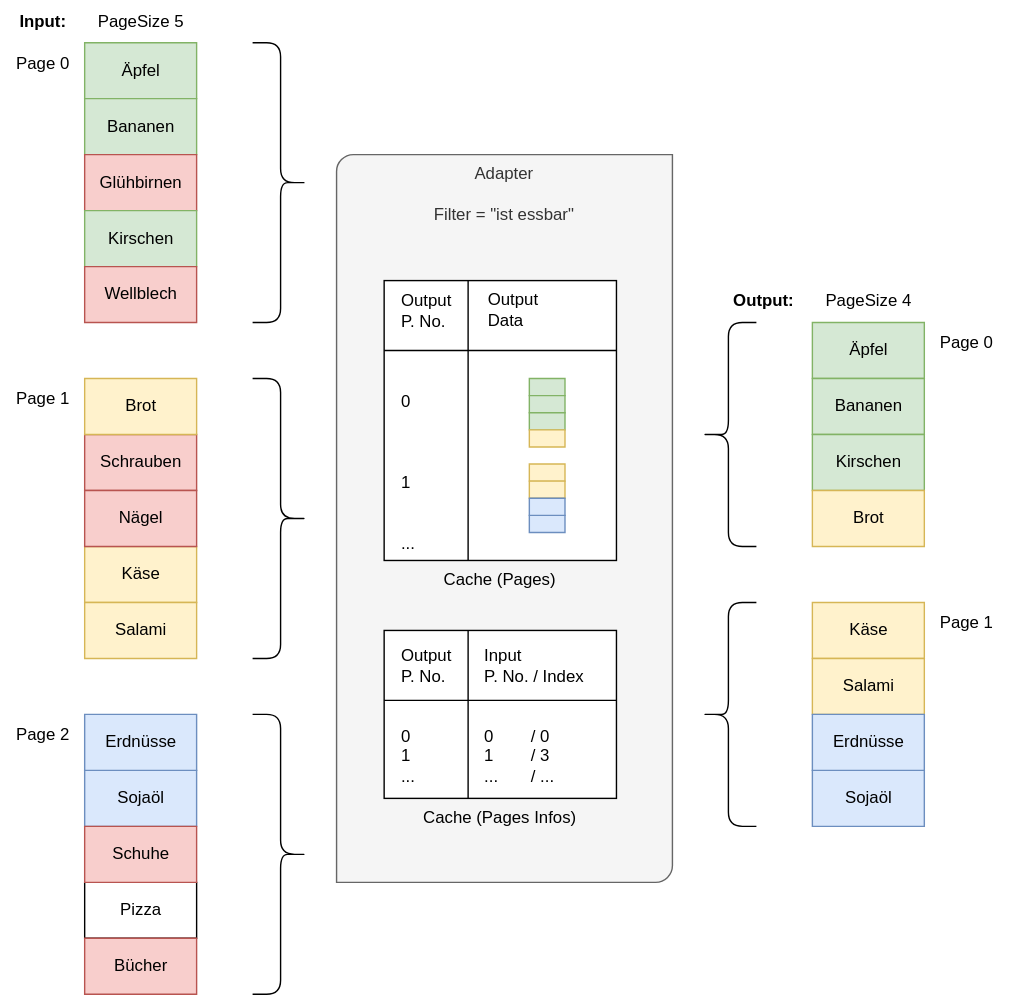
Above: src/docs/asciidoc/images/PagingWithFilterAndCache.svg in cwahlmann/searchadapter (draw.io), before the change. Source tidied: cells renumbered, new cells last; positions are measured from the earlier drawing's top-left corner, leaving out a move shared by most shapes.
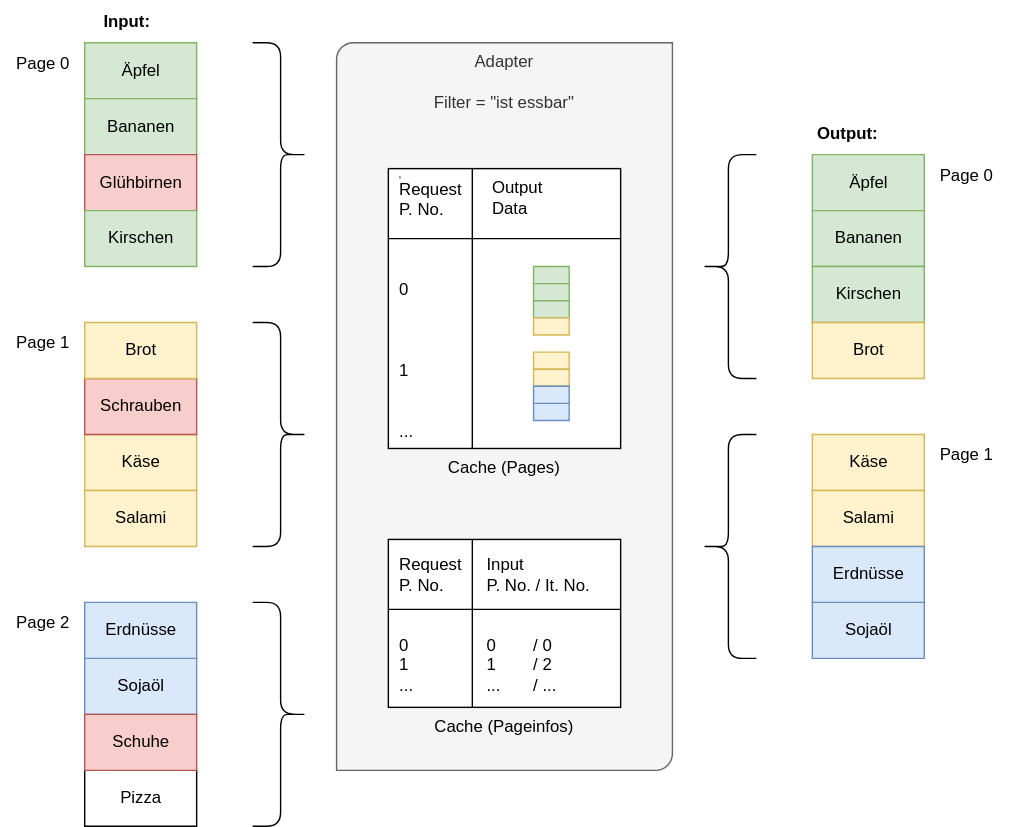
After the commit.

Diff of the diagram source:
```diff
@@ -16,31 +16,25 @@
     </mxCell>
-    <mxCell id="6" value="Wellblech" style="verticalLabelPosition=middle;verticalAlign=middle;html=1;shape=mxgraph.basic.rect;fillColor2=none;strokeWidth=1;size=20;indent=5;labelPosition=center;align=center;fillColor=#f8cecc;strokeColor=#b85450;" parent="1" vertex="1">
-      <mxGeometry x="60" y="190" width="80" height="40" as="geometry" />
-    </mxCell>
     <mxCell id="7" value="Käse" style="verticalLabelPosition=middle;verticalAlign=middle;html=1;shape=mxgraph.basic.rect;fillColor2=none;strokeWidth=1;size=20;indent=5;labelPosition=center;align=center;fillColor=#fff2cc;strokeColor=#d6b656;" parent="1" vertex="1">
-      <mxGeometry x="60" y="390" width="80" height="40" as="geometry" />
+      <mxGeometry x="60" y="310" width="80" height="40" as="geometry" />
     </mxCell>
     <mxCell id="8" value="Äpfel" style="verticalLabelPosition=middle;verticalAlign=middle;html=1;shape=mxgraph.basic.rect;fillColor2=none;strokeWidth=1;size=20;indent=5;labelPosition=center;align=center;fillColor=#d5e8d4;strokeColor=#82b366;" parent="1" vertex="1">
-      <mxGeometry x="580" y="230" width="80" height="40" as="geometry" />
+      <mxGeometry x="580" y="110" width="80" height="40" as="geometry" />
     </mxCell>
     <mxCell id="9" value="Bananen" style="verticalLabelPosition=middle;verticalAlign=middle;html=1;shape=mxgraph.basic.rect;fillColor2=none;strokeWidth=1;size=20;indent=5;labelPosition=center;align=center;fillColor=#d5e8d4;strokeColor=#82b366;" parent="1" vertex="1">
-      <mxGeometry x="580" y="270" width="80" height="40" as="geometry" />
+      <mxGeometry x="580" y="150" width="80" height="40" as="geometry" />
     </mxCell>
     <mxCell id="10" value="Kirschen" style="verticalLabelPosition=middle;verticalAlign=middle;html=1;shape=mxgraph.basic.rect;fillColor2=none;strokeWidth=1;size=20;indent=5;labelPosition=center;align=center;fillColor=#d5e8d4;strokeColor=#82b366;" parent="1" vertex="1">
-      <mxGeometry x="580" y="310" width="80" height="40" as="geometry" />
+      <mxGeometry x="580" y="190" width="80" height="40" as="geometry" />
     </mxCell>
     <mxCell id="11" value="Brot" style="verticalLabelPosition=middle;verticalAlign=middle;html=1;shape=mxgraph.basic.rect;fillColor2=none;strokeWidth=1;size=20;indent=5;labelPosition=center;align=center;fillColor=#fff2cc;strokeColor=#d6b656;" parent="1" vertex="1">
-      <mxGeometry x="580" y="350" width="80" height="40" as="geometry" />
+      <mxGeometry x="580" y="230" width="80" height="40" as="geometry" />
     </mxCell>
     <mxCell id="12" value="Schrauben" style="verticalLabelPosition=middle;verticalAlign=middle;html=1;shape=mxgraph.basic.rect;fillColor2=none;strokeWidth=1;size=20;indent=5;labelPosition=center;align=center;fillColor=#f8cecc;strokeColor=#b85450;" parent="1" vertex="1">
-      <mxGeometry x="60" y="310" width="80" height="40" as="geometry" />
+      <mxGeometry x="60" y="270" width="80" height="40" as="geometry" />
     </mxCell>
-    <mxCell id="13" value="Nägel&lt;br&gt;" style="verticalLabelPosition=middle;verticalAlign=middle;html=1;shape=mxgraph.basic.rect;fillColor2=none;strokeWidth=1;size=20;indent=5;labelPosition=center;align=center;fillColor=#f8cecc;strokeColor=#b85450;" parent="1" vertex="1">
-      <mxGeometry x="60" y="350" width="80" height="40" as="geometry" />
-    </mxCell>
     <mxCell id="14" value="Brot" style="verticalLabelPosition=middle;verticalAlign=middle;html=1;shape=mxgraph.basic.rect;fillColor2=none;strokeWidth=1;size=20;indent=5;labelPosition=center;align=center;fillColor=#fff2cc;strokeColor=#d6b656;" parent="1" vertex="1">
-      <mxGeometry x="60" y="270" width="80" height="40" as="geometry" />
+      <mxGeometry x="60" y="230" width="80" height="40" as="geometry" />
     </mxCell>
     <mxCell id="15" value="Salami" style="verticalLabelPosition=middle;verticalAlign=middle;html=1;shape=mxgraph.basic.rect;fillColor2=none;strokeWidth=1;size=20;indent=5;labelPosition=center;align=center;fillColor=#fff2cc;strokeColor=#d6b656;" parent="1" vertex="1">
-      <mxGeometry x="60" y="430" width="80" height="40" as="geometry" />
+      <mxGeometry x="60" y="350" width="80" height="40" as="geometry" />
     </mxCell>
@@ -50,81 +44,72 @@
     <mxCell id="17" value="Page 1" style="text;html=1;align=center;verticalAlign=middle;strokeColor=none;fillColor=none;" parent="1" vertex="1">
-      <mxGeometry y="270" width="60" height="30" as="geometry" />
+      <mxGeometry y="230" width="60" height="30" as="geometry" />
     </mxCell>
     <mxCell id="18" value="Page 0" style="text;html=1;align=center;verticalAlign=middle;strokeColor=none;fillColor=none;" parent="1" vertex="1">
-      <mxGeometry x="660" y="230" width="60" height="30" as="geometry" />
+      <mxGeometry x="660" y="110" width="60" height="30" as="geometry" />
     </mxCell>
     <mxCell id="19" value="Adapter&lt;br&gt;&lt;br&gt;Filter = &quot;ist essbar&quot;" style="verticalLabelPosition=middle;verticalAlign=top;html=1;shape=mxgraph.basic.diag_round_rect;dx=6;whiteSpace=wrap;labelPosition=center;align=center;fillColor=#f5f5f5;fontColor=#333333;strokeColor=#666666;" parent="1" vertex="1">
-      <mxGeometry x="240" y="110" width="240" height="520" as="geometry" />
+      <mxGeometry x="240" y="30" width="240" height="520" as="geometry" />
     </mxCell>
     <mxCell id="20" style="shape=curlyBracket;whiteSpace=wrap;html=1;rounded=1;flipH=1;labelPosition=right;verticalLabelPosition=middle;align=left;verticalAlign=middle;" parent="1" vertex="1">
-      <mxGeometry x="180" y="30" width="40" height="200" as="geometry" />
+      <mxGeometry x="180" y="30" width="40" height="160" as="geometry" />
     </mxCell>
     <mxCell id="21" style="shape=curlyBracket;whiteSpace=wrap;html=1;rounded=1;flipH=1;labelPosition=right;verticalLabelPosition=middle;align=left;verticalAlign=middle;" parent="1" vertex="1">
-      <mxGeometry x="180" y="270" width="40" height="200" as="geometry" />
+      <mxGeometry x="180" y="230" width="40" height="160" as="geometry" />
     </mxCell>
     <mxCell id="22" style="shape=curlyBracket;whiteSpace=wrap;html=1;rounded=1;flipH=1;labelPosition=right;verticalLabelPosition=middle;align=left;verticalAlign=middle;rotation=-180;" parent="1" vertex="1">
-      <mxGeometry x="500" y="230" width="40" height="160" as="geometry" />
+      <mxGeometry x="500" y="110" width="40" height="160" as="geometry" />
     </mxCell>
-    <mxCell id="23" value="PageSize 5" style="text;html=1;align=center;verticalAlign=middle;strokeColor=none;fillColor=none;" parent="1" vertex="1">
-      <mxGeometry x="60" width="80" height="30" as="geometry" />
-    </mxCell>
-    <mxCell id="24" value="PageSize 4" style="text;html=1;align=center;verticalAlign=middle;strokeColor=none;fillColor=none;" parent="1" vertex="1">
-      <mxGeometry x="580" y="200" width="80" height="30" as="geometry" />
-    </mxCell>
     <mxCell id="25" value="Pizza" style="verticalLabelPosition=middle;verticalAlign=middle;html=1;shape=mxgraph.basic.rect;fillColor2=none;strokeWidth=1;size=20;indent=5;labelPosition=center;align=center;" parent="1" vertex="1">
-      <mxGeometry x="60" y="630" width="80" height="40" as="geometry" />
+      <mxGeometry x="60" y="550" width="80" height="40" as="geometry" />
     </mxCell>
     <mxCell id="26" value="Sojaöl" style="verticalLabelPosition=middle;verticalAlign=middle;html=1;shape=mxgraph.basic.rect;fillColor2=none;strokeWidth=1;size=20;indent=5;labelPosition=center;align=center;fillColor=#dae8fc;strokeColor=#6c8ebf;" parent="1" vertex="1">
-      <mxGeometry x="60" y="550" width="80" height="40" as="geometry" />
+      <mxGeometry x="60" y="470" width="80" height="40" as="geometry" />
     </mxCell>
     <mxCell id="27" value="Schuhe" style="verticalLabelPosition=middle;verticalAlign=middle;html=1;shape=mxgraph.basic.rect;fillColor2=none;strokeWidth=1;size=20;indent=5;labelPosition=center;align=center;fillColor=#f8cecc;strokeColor=#b85450;" parent="1" vertex="1">
-      <mxGeometry x="60" y="590" width="80" height="40" as="geometry" />
+      <mxGeometry x="60" y="510" width="80" height="40" as="geometry" />
     </mxCell>
     <mxCell id="28" value="Erdnüsse" style="verticalLabelPosition=middle;verticalAlign=middle;html=1;shape=mxgraph.basic.rect;fillColor2=none;strokeWidth=1;size=20;indent=5;labelPosition=center;align=center;fillColor=#dae8fc;strokeColor=#6c8ebf;" parent="1" vertex="1">
-      <mxGeometry x="60" y="510" width="80" height="40" as="geometry" />
+      <mxGeometry x="60" y="430" width="80" height="40" as="geometry" />
     </mxCell>
-    <mxCell id="29" value="Bücher" style="verticalLabelPosition=middle;verticalAlign=middle;html=1;shape=mxgraph.basic.rect;fillColor2=none;strokeWidth=1;size=20;indent=5;labelPosition=center;align=center;fillColor=#f8cecc;strokeColor=#b85450;" parent="1" vertex="1">
-      <mxGeometry x="60" y="670" width="80" height="40" as="geometry" />
-    </mxCell>
     <mxCell id="30" value="Page 2" style="text;html=1;align=center;verticalAlign=middle;strokeColor=none;fillColor=none;" parent="1" vertex="1">
-      <mxGeometry y="510" width="60" height="30" as="geometry" />
+      <mxGeometry y="430" width="60" height="30" as="geometry" />
     </mxCell>
     <mxCell id="31" value="Page 1" style="text;html=1;align=center;verticalAlign=middle;strokeColor=none;fillColor=none;" parent="1" vertex="1">
-      <mxGeometry x="660" y="430" width="60" height="30" as="geometry" />
+      <mxGeometry x="660" y="310" width="60" height="30" as="geometry" />
     </mxCell>
     <mxCell id="32" style="shape=curlyBracket;whiteSpace=wrap;html=1;rounded=1;flipH=1;labelPosition=right;verticalLabelPosition=middle;align=left;verticalAlign=middle;rotation=-180;" parent="1" vertex="1">
-      <mxGeometry x="500" y="430" width="40" height="160" as="geometry" />
+      <mxGeometry x="500" y="310" width="40" height="160" as="geometry" />
     </mxCell>
     <mxCell id="33" value="Käse" style="verticalLabelPosition=middle;verticalAlign=middle;html=1;shape=mxgraph.basic.rect;fillColor2=none;strokeWidth=1;size=20;indent=5;labelPosition=center;align=center;fillColor=#fff2cc;strokeColor=#d6b656;" parent="1" vertex="1">
-      <mxGeometry x="580" y="430" width="80" height="40" as="geometry" />
+      <mxGeometry x="580" y="310" width="80" height="40" as="geometry" />
     </mxCell>
     <mxCell id="34" value="Salami" style="verticalLabelPosition=middle;verticalAlign=middle;html=1;shape=mxgraph.basic.rect;fillColor2=none;strokeWidth=1;size=20;indent=5;labelPosition=center;align=center;fillColor=#fff2cc;strokeColor=#d6b656;" parent="1" vertex="1">
-      <mxGeometry x="580" y="470" width="80" height="40" as="geometry" />
+      <mxGeometry x="580" y="350" width="80" height="40" as="geometry" />
     </mxCell>
     <mxCell id="35" value="Sojaöl" style="verticalLabelPosition=middle;verticalAlign=middle;html=1;shape=mxgraph.basic.rect;fillColor2=none;strokeWidth=1;size=20;indent=5;labelPosition=center;align=center;fillColor=#dae8fc;strokeColor=#6c8ebf;" parent="1" vertex="1">
-      <mxGeometry x="580" y="550" width="80" height="40" as="geometry" />
+      <mxGeometry x="580" y="430" width="80" height="40" as="geometry" />
     </mxCell>
     <mxCell id="36" value="Erdnüsse" style="verticalLabelPosition=middle;verticalAlign=middle;html=1;shape=mxgraph.basic.rect;fillColor2=none;strokeWidth=1;size=20;indent=5;labelPosition=center;align=center;fillColor=#dae8fc;strokeColor=#6c8ebf;" parent="1" vertex="1">
-      <mxGeometry x="580" y="510" width="80" height="40" as="geometry" />
+      <mxGeometry x="580" y="390" width="80" height="40" as="geometry" />
     </mxCell>
     <mxCell id="37" value="&lt;b&gt;Output:&lt;/b&gt;" style="text;html=1;align=center;verticalAlign=middle;strokeColor=none;fillColor=none;" parent="1" vertex="1">
-      <mxGeometry x="510" y="200" width="70" height="30" as="geometry" />
+      <mxGeometry x="570" y="80" width="70" height="30" as="geometry" />
     </mxCell>
     <mxCell id="38" value="&lt;b&gt;Input:&lt;/b&gt;" style="text;html=1;align=center;verticalAlign=middle;strokeColor=none;fillColor=none;" parent="1" vertex="1">
-      <mxGeometry width="60" height="30" as="geometry" />
+      <mxGeometry x="60" width="60" height="30" as="geometry" />
     </mxCell>
     <mxCell id="39" style="group;" parent="1" vertex="1">
-      <mxGeometry x="274" y="450" width="166" height="120" as="geometry" />
+      <mxGeometry x="277" y="385" width="166" height="120" as="geometry" />
     </mxCell>
-    <mxCell id="40" value="Cache (Pages Infos)" style="shape=internalStorage;whiteSpace=wrap;html=1;backgroundOutline=1;labelPosition=center;verticalLabelPosition=bottom;align=center;verticalAlign=top;dx=60;dy=50;" parent="39" vertex="1">
+    <mxCell id="40" value="Cache (Pageinfos)" style="shape=internalStorage;whiteSpace=wrap;html=1;backgroundOutline=1;labelPosition=center;verticalLabelPosition=bottom;align=center;verticalAlign=top;dx=60;dy=50;" parent="39" vertex="1">
       <mxGeometry width="166" height="120" as="geometry" />
     </mxCell>
-    <mxCell id="41" value="&lt;div style=&quot;text-align: left;&quot;&gt;&lt;br&gt;&lt;/div&gt;&lt;font style=&quot;font-size: 12px;&quot;&gt;&lt;div style=&quot;text-align: left;&quot;&gt;Output&lt;/div&gt;&lt;div style=&quot;text-align: left;&quot;&gt;P. No.&lt;/div&gt;&lt;div style=&quot;text-align: left;&quot;&gt;&lt;br&gt;&lt;/div&gt;&lt;div style=&quot;text-align: left;&quot;&gt;&lt;span style=&quot;background-color: initial;&quot;&gt;&lt;br&gt;&lt;/span&gt;&lt;/div&gt;&lt;div style=&quot;text-align: left;&quot;&gt;&lt;span style=&quot;background-color: initial;&quot;&gt;0&lt;/span&gt;&lt;/div&gt;&lt;div style=&quot;text-align: left;&quot;&gt;&lt;span style=&quot;background-color: initial;&quot;&gt;1&lt;/span&gt;&lt;/div&gt;&lt;div style=&quot;text-align: left;&quot;&gt;&lt;span style=&quot;background-color: initial;&quot;&gt;...&lt;/span&gt;&lt;br&gt;&lt;/div&gt;&lt;/font&gt;" style="text;html=1;align=center;verticalAlign=middle;strokeColor=none;fillColor=none;fontSize=2;" parent="39" vertex="1">
-      <mxGeometry width="60" height="120" as="geometry" />
+    <mxCell id="41" value="&lt;div style=&quot;text-align: left;&quot;&gt;&lt;br&gt;&lt;/div&gt;&lt;font style=&quot;font-size: 12px;&quot;&gt;&lt;div style=&quot;text-align: left;&quot;&gt;Request&lt;/div&gt;&lt;div style=&quot;text-align: left;&quot;&gt;P. No.&lt;/div&gt;&lt;div style=&quot;text-align: left;&quot;&gt;&lt;br&gt;&lt;/div&gt;&lt;div style=&quot;text-align: left;&quot;&gt;&lt;span style=&quot;background-color: initial;&quot;&gt;&lt;br&gt;&lt;/span&gt;&lt;/div&gt;&lt;div style=&quot;text-align: left;&quot;&gt;&lt;span style=&quot;background-color: initial;&quot;&gt;0&lt;/span&gt;&lt;/div&gt;&lt;div style=&quot;text-align: left;&quot;&gt;&lt;span style=&quot;background-color: initial;&quot;&gt;1&lt;/span&gt;&lt;/div&gt;&lt;div style=&quot;text-align: left;&quot;&gt;&lt;span style=&quot;background-color: initial;&quot;&gt;...&lt;/span&gt;&lt;br&gt;&lt;/div&gt;&lt;/font&gt;" style="text;html=1;align=center;verticalAlign=middle;strokeColor=none;fillColor=none;fontSize=2;" parent="39" vertex="1">
+      <mxGeometry x="-5" width="70" height="120" as="geometry" />
     </mxCell>
-    <mxCell id="42" value="&lt;div style=&quot;text-align: left;&quot;&gt;&lt;br&gt;&lt;/div&gt;&lt;font style=&quot;font-size: 12px;&quot;&gt;&lt;div style=&quot;text-align: left;&quot;&gt;Input&lt;br&gt;P. No. / Index&lt;/div&gt;&lt;div style=&quot;text-align: left;&quot;&gt;&lt;br&gt;&lt;/div&gt;&lt;div style=&quot;text-align: left;&quot;&gt;&lt;br&gt;&lt;/div&gt;&lt;div style=&quot;text-align: left;&quot;&gt;&lt;span style=&quot;background-color: initial;&quot;&gt;0&amp;nbsp; &amp;nbsp; &amp;nbsp; &amp;nbsp; / 0&lt;/span&gt;&lt;/div&gt;&lt;div style=&quot;text-align: left;&quot;&gt;&lt;span style=&quot;background-color: initial;&quot;&gt;1&amp;nbsp; &amp;nbsp; &amp;nbsp; &amp;nbsp; / 3&lt;/span&gt;&lt;/div&gt;&lt;div style=&quot;text-align: left;&quot;&gt;&lt;span style=&quot;background-color: initial;&quot;&gt;...&amp;nbsp; &amp;nbsp; &amp;nbsp; &amp;nbsp;/ ...&amp;nbsp; &amp;nbsp;&lt;/span&gt;&lt;br&gt;&lt;/div&gt;&lt;/font&gt;" style="text;html=1;align=center;verticalAlign=middle;strokeColor=none;fillColor=none;fontSize=2;" parent="39" vertex="1">
-      <mxGeometry x="62.3" width="90" height="120" as="geometry" />
+    <mxCell id="42" value="&lt;div style=&quot;text-align: left;&quot;&gt;&lt;br&gt;&lt;/div&gt;&lt;font style=&quot;font-size: 12px;&quot;&gt;&lt;div style=&quot;text-align: left;&quot;&gt;Input&lt;br&gt;P. No. / It. No.&lt;/div&gt;&lt;div style=&quot;text-align: left;&quot;&gt;&lt;br&gt;&lt;/div&gt;&lt;div style=&quot;text-align: left;&quot;&gt;&lt;br&gt;&lt;/div&gt;&lt;div style=&quot;text-align: left;&quot;&gt;&lt;span style=&quot;background-color: initial;&quot;&gt;0&amp;nbsp; &amp;nbsp; &amp;nbsp; &amp;nbsp; / 0&lt;/span&gt;&lt;/div&gt;&lt;div style=&quot;text-align: left;&quot;&gt;&lt;span style=&quot;background-color: initial;&quot;&gt;1&amp;nbsp; &amp;nbsp; &amp;nbsp; &amp;nbsp; / 2&lt;/span&gt;&lt;/div&gt;&lt;div style=&quot;text-align: left;&quot;&gt;&lt;span style=&quot;background-color: initial;&quot;&gt;...&amp;nbsp; &amp;nbsp; &amp;nbsp; &amp;nbsp;/ ...&amp;nbsp; &amp;nbsp;&lt;/span&gt;&lt;br&gt;&lt;/div&gt;&lt;/font&gt;" style="text;html=1;align=center;verticalAlign=middle;strokeColor=none;fillColor=none;fontSize=2;" parent="39" vertex="1">
+      <mxGeometry x="57.3" width="100" height="120" as="geometry" />
     </mxCell>
     <mxCell id="43" style="group;" parent="1" vertex="1">
-      <mxGeometry x="274" y="200" width="166" height="200" as="geometry" />
+      <mxGeometry x="277" y="120" width="166" height="200" as="geometry" />
     </mxCell>
@@ -160,4 +145,4 @@
     </mxCell>
-    <mxCell id="54" value="&lt;div style=&quot;text-align: left;&quot;&gt;&lt;br&gt;&lt;/div&gt;&lt;font style=&quot;font-size: 12px;&quot;&gt;&lt;div style=&quot;text-align: left;&quot;&gt;Output&lt;/div&gt;&lt;div style=&quot;text-align: left;&quot;&gt;P. No.&lt;/div&gt;&lt;div style=&quot;text-align: left;&quot;&gt;&lt;br&gt;&lt;/div&gt;&lt;div style=&quot;text-align: left;&quot;&gt;&lt;span style=&quot;background-color: initial;&quot;&gt;&lt;br&gt;&lt;/span&gt;&lt;/div&gt;&lt;div style=&quot;text-align: left;&quot;&gt;&lt;br&gt;&lt;/div&gt;&lt;div style=&quot;text-align: left;&quot;&gt;&lt;span style=&quot;background-color: initial;&quot;&gt;0&lt;/span&gt;&lt;/div&gt;&lt;div style=&quot;text-align: left;&quot;&gt;&lt;span style=&quot;background-color: initial;&quot;&gt;&lt;br&gt;&lt;/span&gt;&lt;/div&gt;&lt;div style=&quot;text-align: left;&quot;&gt;&lt;span style=&quot;background-color: initial;&quot;&gt;&lt;br&gt;&lt;/span&gt;&lt;/div&gt;&lt;div style=&quot;text-align: left;&quot;&gt;&lt;span style=&quot;background-color: initial;&quot;&gt;&lt;br&gt;&lt;/span&gt;&lt;/div&gt;&lt;div style=&quot;text-align: left;&quot;&gt;&lt;span style=&quot;background-color: initial;&quot;&gt;1&lt;/span&gt;&lt;/div&gt;&lt;div style=&quot;text-align: left;&quot;&gt;&lt;br&gt;&lt;/div&gt;&lt;div style=&quot;text-align: left;&quot;&gt;&lt;br&gt;&lt;/div&gt;&lt;div style=&quot;text-align: left;&quot;&gt;...&lt;/div&gt;&lt;/font&gt;" style="text;html=1;align=center;verticalAlign=middle;strokeColor=none;fillColor=none;fontSize=2;" parent="43" vertex="1">
-      <mxGeometry width="60" height="200" as="geometry" />
+    <mxCell id="54" value="&lt;div style=&quot;text-align: left;&quot;&gt;R&lt;/div&gt;&lt;div style=&quot;text-align: left; font-size: 12px;&quot;&gt;&lt;font style=&quot;font-size: 12px;&quot;&gt;Request&lt;/font&gt;&lt;/div&gt;&lt;font style=&quot;font-size: 12px;&quot;&gt;&lt;div style=&quot;text-align: left;&quot;&gt;P. No.&lt;/div&gt;&lt;div style=&quot;font-size: 12px; text-align: left;&quot;&gt;&lt;br&gt;&lt;/div&gt;&lt;div style=&quot;font-size: 12px; text-align: left;&quot;&gt;&lt;span style=&quot;background-color: initial;&quot;&gt;&lt;br&gt;&lt;/span&gt;&lt;/div&gt;&lt;div style=&quot;font-size: 12px; text-align: left;&quot;&gt;&lt;br&gt;&lt;/div&gt;&lt;div style=&quot;font-size: 12px; text-align: left;&quot;&gt;&lt;span style=&quot;background-color: initial;&quot;&gt;0&lt;/span&gt;&lt;/div&gt;&lt;div style=&quot;font-size: 12px; text-align: left;&quot;&gt;&lt;span style=&quot;background-color: initial;&quot;&gt;&lt;br&gt;&lt;/span&gt;&lt;/div&gt;&lt;div style=&quot;font-size: 12px; text-align: left;&quot;&gt;&lt;span style=&quot;background-color: initial;&quot;&gt;&lt;br&gt;&lt;/span&gt;&lt;/div&gt;&lt;div style=&quot;font-size: 12px; text-align: left;&quot;&gt;&lt;span style=&quot;background-color: initial;&quot;&gt;&lt;br&gt;&lt;/span&gt;&lt;/div&gt;&lt;div style=&quot;font-size: 12px; text-align: left;&quot;&gt;&lt;span style=&quot;background-color: initial;&quot;&gt;1&lt;/span&gt;&lt;/div&gt;&lt;div style=&quot;font-size: 12px; text-align: left;&quot;&gt;&lt;br&gt;&lt;/div&gt;&lt;div style=&quot;font-size: 12px; text-align: left;&quot;&gt;&lt;br&gt;&lt;/div&gt;&lt;div style=&quot;font-size: 12px; text-align: left;&quot;&gt;...&lt;/div&gt;&lt;/font&gt;" style="text;html=1;align=center;verticalAlign=middle;strokeColor=none;fillColor=none;fontSize=2;" parent="43" vertex="1">
+      <mxGeometry x="-5" width="70" height="200" as="geometry" />
     </mxCell>
@@ -167,3 +152,3 @@
     <mxCell id="56" style="shape=curlyBracket;whiteSpace=wrap;html=1;rounded=1;flipH=1;labelPosition=right;verticalLabelPosition=middle;align=left;verticalAlign=middle;" parent="1" vertex="1">
-      <mxGeometry x="180" y="510" width="40" height="200" as="geometry" />
+      <mxGeometry x="180" y="430" width="40" height="160" as="geometry" />
     </mxCell>
```
